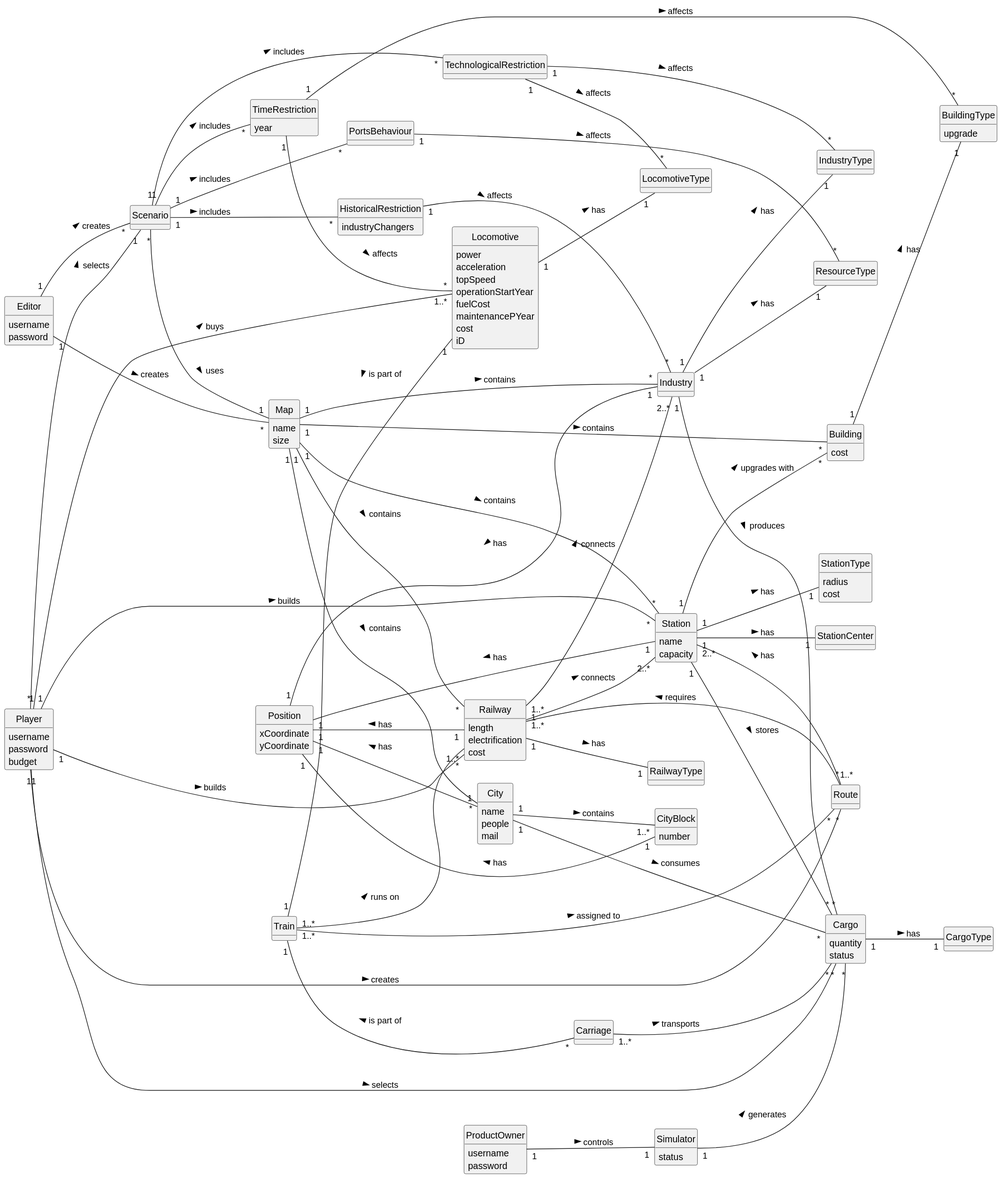
Above: Sprint2/global-artifacts/02.analysis/svg/DM.svg in 1240935/pi2-railway-simulator (PlantUML), before the change.
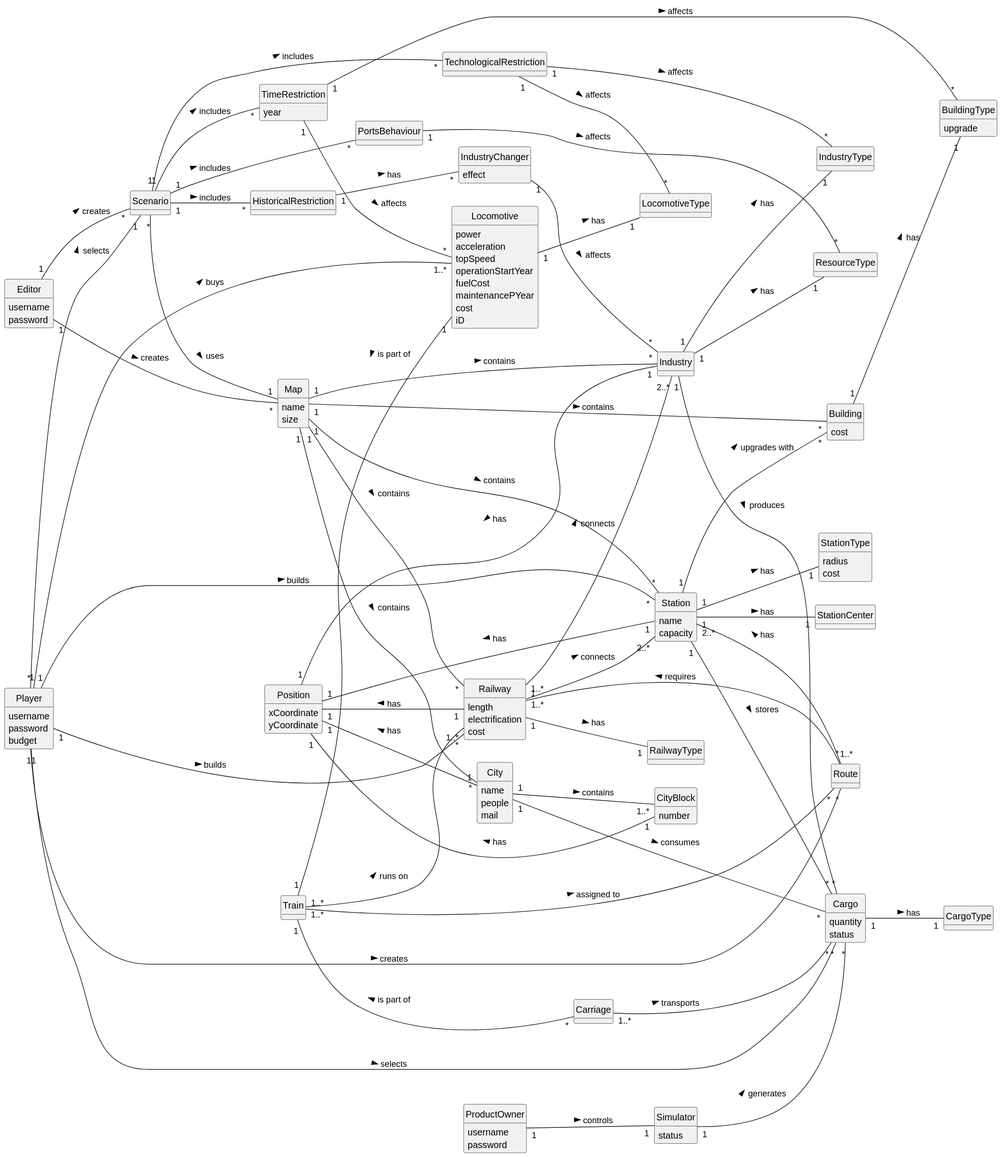
Later version of the same file.

Diff of the diagram source:
```diff
@@ -122,7 +122,6 @@
 }
 
 class HistoricalRestriction{
-    industryChangers
 }
 
 class TimeRestriction{
@@ -133,6 +132,10 @@
 }
 
 class PortsBehaviour{
+}
+
+class IndustryChanger{
+    effect
 }
 
 
@@ -174,7 +177,8 @@
 Scenario "1" -- "*" TimeRestriction: includes >
 Scenario "1" -- "*" PortsBehaviour: includes >
 
-HistoricalRestriction "1" -- "*" Industry: affects >
+HistoricalRestriction "1" -- "*" IndustryChanger: has >
+IndustryChanger "1" -- "*" Industry: affects >
 
 TimeRestriction "1" -- "*" BuildingType: affects >
 TimeRestriction "1" -- "*" Locomotive: affects >
```
